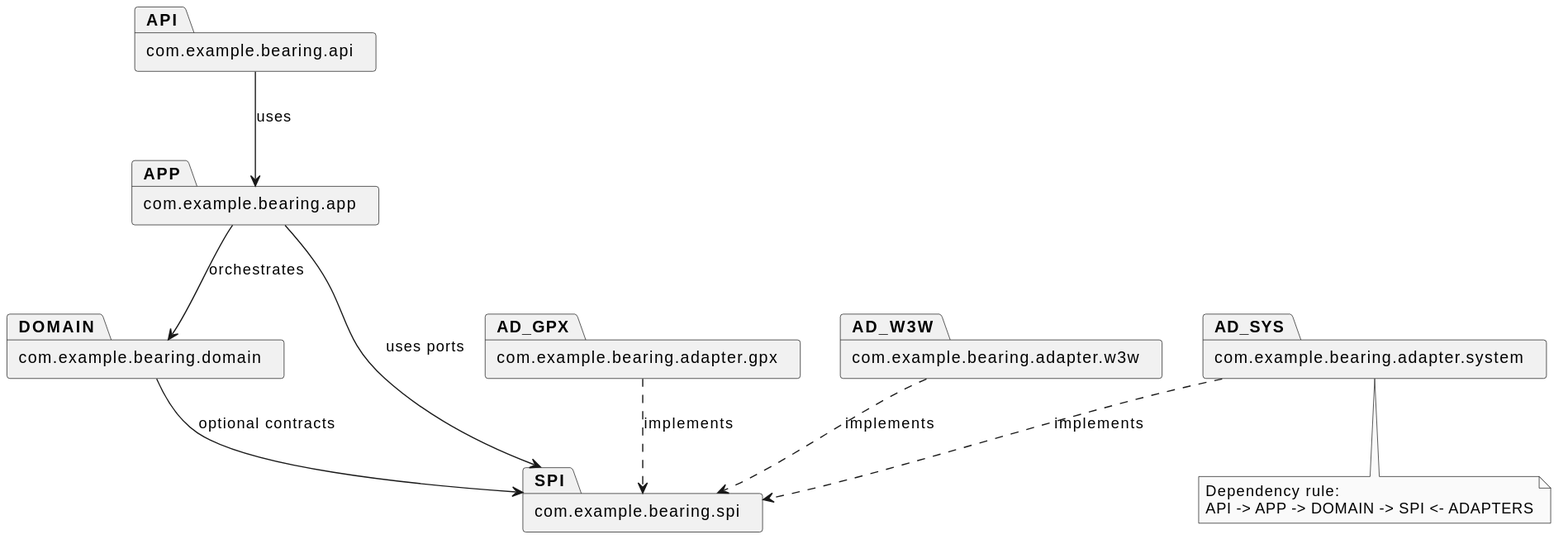
The PlantUML diagram Vorschrieb/plantuml/out/SWE_Kompass_Package_Architecture.svg in BenschD/SWE-Kompass, before a commit.
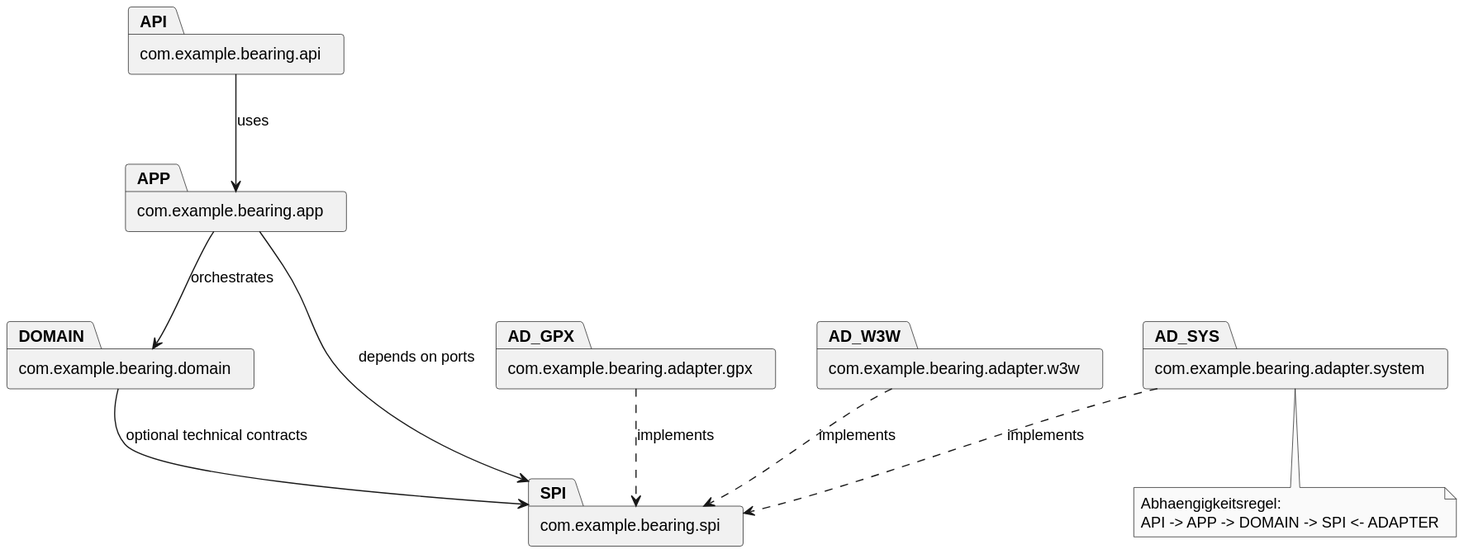
The same file after the commit.

Change to the diagram source:
```diff
@@ -13,15 +13,15 @@
 
 API --> APP : uses
 APP --> DOMAIN : orchestrates
-APP --> SPI : uses ports
-DOMAIN --> SPI : optional contracts
+APP --> SPI : depends on ports
+DOMAIN --> SPI : optional technical contracts
 
 AD_GPX ..> SPI : implements
 AD_W3W ..> SPI : implements
 AD_SYS ..> SPI : implements
 
 note bottom
-Dependency rule:
-API -> APP -> DOMAIN -> SPI <- ADAPTERS
+Abhaengigkeitsregel:
+API -> APP -> DOMAIN -> SPI <- ADAPTER
 end note
 @enduml
```
